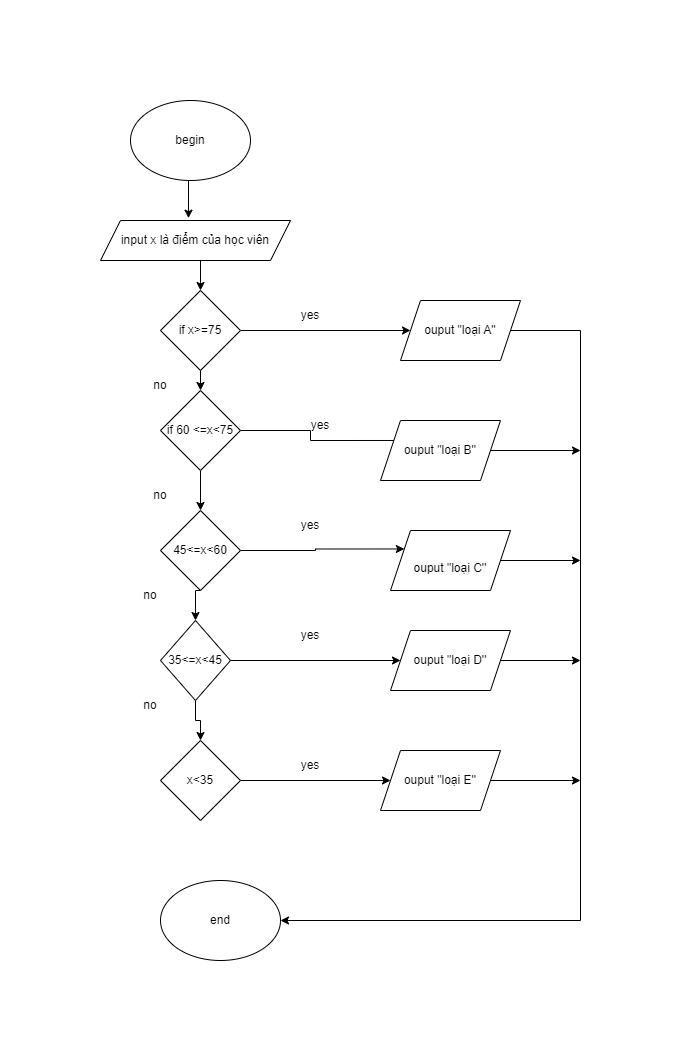
Earlier version of the draw.io export Mô tả thuật toán có cấu trúc điều kiện/flowchar.png (vovantin2002/C0123G1-V-V-n-T-n). Source tidied: cells renumbered, new cells last; positions are measured from the earlier drawing's top-left corner, leaving out a move shared by most shapes. The source it was exported from:
```xml
<mxGraphModel>
  <root>
    <mxCell id="0" />
    <mxCell id="1" parent="0" />
    <mxCell id="2" style="edgeStyle=orthogonalEdgeStyle;rounded=0;jettySize=auto;html=1;exitX=0.5;exitY=1;exitDx=0;exitDy=0;entryX=0.463;entryY=-0.058;entryDx=0;entryDy=0;entryPerimeter=0;" parent="1" edge="1" source="3" target="5">
      <mxGeometry relative="1" as="geometry" />
    </mxCell>
    <mxCell id="3" value="begin" style="ellipse;whiteSpace=wrap;html=1;" parent="1" vertex="1">
      <mxGeometry x="30" width="120" height="80" as="geometry" />
    </mxCell>
    <mxCell id="4" style="edgeStyle=orthogonalEdgeStyle;rounded=0;jettySize=auto;html=1;exitX=0.5;exitY=1;exitDx=0;exitDy=0;entryX=0.5;entryY=0;entryDx=0;entryDy=0;" parent="1" edge="1" source="5" target="8">
      <mxGeometry relative="1" as="geometry" />
    </mxCell>
    <mxCell id="5" value="input x là điểm của học viên" style="shape=parallelogram;perimeter=parallelogramPerimeter;whiteSpace=wrap;html=1;fixedSize=1;" parent="1" vertex="1">
      <mxGeometry y="120" width="190" height="40" as="geometry" />
    </mxCell>
    <mxCell id="6" style="edgeStyle=orthogonalEdgeStyle;rounded=0;jettySize=auto;html=1;exitX=0.5;exitY=1;exitDx=0;exitDy=0;entryX=0.5;entryY=0;entryDx=0;entryDy=0;" parent="1" edge="1" source="8" target="19">
      <mxGeometry relative="1" as="geometry" />
    </mxCell>
    <mxCell id="7" style="edgeStyle=orthogonalEdgeStyle;rounded=0;jettySize=auto;html=1;exitX=1;exitY=0.5;exitDx=0;exitDy=0;" parent="1" edge="1" source="8" target="29">
      <mxGeometry relative="1" as="geometry" />
    </mxCell>
    <mxCell id="8" value="if x&amp;gt;=75" style="rhombus;whiteSpace=wrap;html=1;" parent="1" vertex="1">
      <mxGeometry x="60" y="190" width="80" height="80" as="geometry" />
    </mxCell>
    <mxCell id="9" style="edgeStyle=orthogonalEdgeStyle;rounded=0;jettySize=auto;html=1;exitX=1;exitY=0.5;exitDx=0;exitDy=0;" parent="1" edge="1" source="10" target="21">
      <mxGeometry relative="1" as="geometry" />
    </mxCell>
    <mxCell id="10" value="x&amp;lt;35" style="rhombus;whiteSpace=wrap;html=1;" parent="1" vertex="1">
      <mxGeometry x="60" y="640" width="80" height="80" as="geometry" />
    </mxCell>
    <mxCell id="11" style="edgeStyle=orthogonalEdgeStyle;rounded=0;jettySize=auto;html=1;exitX=0.5;exitY=1;exitDx=0;exitDy=0;entryX=0.5;entryY=0;entryDx=0;entryDy=0;" parent="1" edge="1" source="13" target="10">
      <mxGeometry relative="1" as="geometry" />
    </mxCell>
    <mxCell id="12" style="edgeStyle=orthogonalEdgeStyle;rounded=0;jettySize=auto;html=1;exitX=1;exitY=0.5;exitDx=0;exitDy=0;" parent="1" edge="1" source="13" target="23">
      <mxGeometry relative="1" as="geometry" />
    </mxCell>
    <mxCell id="13" value="35&amp;lt;=x&amp;lt;45" style="rhombus;whiteSpace=wrap;html=1;" parent="1" vertex="1">
      <mxGeometry x="60" y="520" width="70" height="80" as="geometry" />
    </mxCell>
    <mxCell id="14" style="edgeStyle=orthogonalEdgeStyle;rounded=0;jettySize=auto;html=1;exitX=0.5;exitY=1;exitDx=0;exitDy=0;entryX=0.5;entryY=0;entryDx=0;entryDy=0;" parent="1" edge="1" source="16" target="13">
      <mxGeometry relative="1" as="geometry" />
    </mxCell>
    <mxCell id="15" style="edgeStyle=orthogonalEdgeStyle;rounded=0;jettySize=auto;html=1;exitX=1;exitY=0.5;exitDx=0;exitDy=0;entryX=0;entryY=0.25;entryDx=0;entryDy=0;" parent="1" edge="1" source="16" target="25">
      <mxGeometry relative="1" as="geometry" />
    </mxCell>
    <mxCell id="16" value="45&amp;lt;=x&amp;lt;60" style="rhombus;whiteSpace=wrap;html=1;" parent="1" vertex="1">
      <mxGeometry x="60" y="410" width="80" height="80" as="geometry" />
    </mxCell>
    <mxCell id="17" style="edgeStyle=orthogonalEdgeStyle;rounded=0;jettySize=auto;html=1;exitX=0.5;exitY=1;exitDx=0;exitDy=0;entryX=0.5;entryY=0;entryDx=0;entryDy=0;" parent="1" edge="1" source="19" target="16">
      <mxGeometry relative="1" as="geometry" />
    </mxCell>
    <mxCell id="18" style="edgeStyle=orthogonalEdgeStyle;rounded=0;jettySize=auto;html=1;exitX=1;exitY=0.5;exitDx=0;exitDy=0;entryX=0.25;entryY=0.333;entryDx=0;entryDy=0;entryPerimeter=0;" parent="1" edge="1" source="19" target="27">
      <mxGeometry relative="1" as="geometry" />
    </mxCell>
    <mxCell id="19" value="if 60 &amp;lt;=x&amp;lt;75" style="rhombus;whiteSpace=wrap;html=1;" parent="1" vertex="1">
      <mxGeometry x="60" y="290" width="80" height="80" as="geometry" />
    </mxCell>
    <mxCell id="20" style="edgeStyle=orthogonalEdgeStyle;rounded=0;jettySize=auto;html=1;exitX=1;exitY=0.5;exitDx=0;exitDy=0;" parent="1" edge="1" source="21">
      <mxGeometry relative="1" as="geometry">
        <mxPoint x="480" y="680" as="targetPoint" />
      </mxGeometry>
    </mxCell>
    <mxCell id="21" value="ouput &quot;loại E''" style="shape=parallelogram;perimeter=parallelogramPerimeter;whiteSpace=wrap;html=1;fixedSize=1;" parent="1" vertex="1">
      <mxGeometry x="280" y="650" width="120" height="60" as="geometry" />
    </mxCell>
    <mxCell id="22" style="edgeStyle=orthogonalEdgeStyle;rounded=0;jettySize=auto;html=1;exitX=1;exitY=0.5;exitDx=0;exitDy=0;" parent="1" edge="1" source="23">
      <mxGeometry relative="1" as="geometry">
        <mxPoint x="480" y="560" as="targetPoint" />
      </mxGeometry>
    </mxCell>
    <mxCell id="23" value="ouput &quot;loại D''" style="shape=parallelogram;perimeter=parallelogramPerimeter;whiteSpace=wrap;html=1;fixedSize=1;" parent="1" vertex="1">
      <mxGeometry x="290" y="530" width="120" height="60" as="geometry" />
    </mxCell>
    <mxCell id="24" style="edgeStyle=orthogonalEdgeStyle;rounded=0;jettySize=auto;html=1;exitX=1;exitY=0.5;exitDx=0;exitDy=0;" parent="1" edge="1" source="25">
      <mxGeometry relative="1" as="geometry">
        <mxPoint x="480" y="460" as="targetPoint" />
      </mxGeometry>
    </mxCell>
    <mxCell id="25" value="&lt;br&gt;&lt;span style=&quot;color: rgb(0, 0, 0); font-family: Helvetica; font-size: 12px; font-style: normal; font-variant-ligatures: normal; font-variant-caps: normal; font-weight: 400; letter-spacing: normal; orphans: 2; text-align: center; text-indent: 0px; text-transform: none; widows: 2; word-spacing: 0px; -webkit-text-stroke-width: 0px; background-color: rgb(251, 251, 251); text-decoration-thickness: initial; text-decoration-style: initial; text-decoration-color: initial; float: none; display: inline !important;&quot;&gt;ouput &quot;loại C''&lt;/span&gt;&lt;br&gt;" style="shape=parallelogram;perimeter=parallelogramPerimeter;whiteSpace=wrap;html=1;fixedSize=1;" parent="1" vertex="1">
      <mxGeometry x="290" y="430" width="120" height="60" as="geometry" />
    </mxCell>
    <mxCell id="26" style="edgeStyle=orthogonalEdgeStyle;rounded=0;jettySize=auto;html=1;exitX=1;exitY=0.5;exitDx=0;exitDy=0;" parent="1" edge="1" source="27">
      <mxGeometry relative="1" as="geometry">
        <mxPoint x="480" y="350" as="targetPoint" />
      </mxGeometry>
    </mxCell>
    <mxCell id="27" value="ouput &quot;loại B''" style="shape=parallelogram;perimeter=parallelogramPerimeter;whiteSpace=wrap;html=1;fixedSize=1;" parent="1" vertex="1">
      <mxGeometry x="280" y="320" width="120" height="60" as="geometry" />
    </mxCell>
    <mxCell id="28" style="edgeStyle=orthogonalEdgeStyle;rounded=0;jettySize=auto;html=1;exitX=1;exitY=0.5;exitDx=0;exitDy=0;" parent="1" edge="1" source="29" target="39">
      <mxGeometry relative="1" as="geometry">
        <Array as="points">
          <mxPoint x="480" y="230" />
        </Array>
      </mxGeometry>
    </mxCell>
    <mxCell id="29" value="ouput &quot;loại A''" style="shape=parallelogram;perimeter=parallelogramPerimeter;whiteSpace=wrap;html=1;fixedSize=1;" parent="1" vertex="1">
      <mxGeometry x="300" y="200" width="120" height="60" as="geometry" />
    </mxCell>
    <mxCell id="30" value="yes" style="text;html=1;strokeColor=none;fillColor=none;align=center;verticalAlign=middle;whiteSpace=wrap;rounded=0;" parent="1" vertex="1">
      <mxGeometry x="180" y="650" width="60" height="30" as="geometry" />
    </mxCell>
    <mxCell id="31" value="yes" style="text;html=1;strokeColor=none;fillColor=none;align=center;verticalAlign=middle;whiteSpace=wrap;rounded=0;" parent="1" vertex="1">
      <mxGeometry x="180" y="520" width="60" height="30" as="geometry" />
    </mxCell>
    <mxCell id="32" value="yes" style="text;html=1;strokeColor=none;fillColor=none;align=center;verticalAlign=middle;whiteSpace=wrap;rounded=0;" parent="1" vertex="1">
      <mxGeometry x="180" y="410" width="60" height="30" as="geometry" />
    </mxCell>
    <mxCell id="33" value="yes" style="text;html=1;strokeColor=none;fillColor=none;align=center;verticalAlign=middle;whiteSpace=wrap;rounded=0;" parent="1" vertex="1">
      <mxGeometry x="190" y="310" width="60" height="30" as="geometry" />
    </mxCell>
    <mxCell id="34" value="yes" style="text;html=1;strokeColor=none;fillColor=none;align=center;verticalAlign=middle;whiteSpace=wrap;rounded=0;" parent="1" vertex="1">
      <mxGeometry x="180" y="200" width="60" height="30" as="geometry" />
    </mxCell>
    <mxCell id="35" value="no" style="text;html=1;strokeColor=none;fillColor=none;align=center;verticalAlign=middle;whiteSpace=wrap;rounded=0;" parent="1" vertex="1">
      <mxGeometry x="20" y="590" width="60" height="30" as="geometry" />
    </mxCell>
    <mxCell id="36" value="no" style="text;html=1;strokeColor=none;fillColor=none;align=center;verticalAlign=middle;whiteSpace=wrap;rounded=0;" parent="1" vertex="1">
      <mxGeometry x="20" y="480" width="60" height="30" as="geometry" />
    </mxCell>
    <mxCell id="37" value="no" style="text;html=1;strokeColor=none;fillColor=none;align=center;verticalAlign=middle;whiteSpace=wrap;rounded=0;" parent="1" vertex="1">
      <mxGeometry x="30" y="380" width="60" height="30" as="geometry" />
    </mxCell>
    <mxCell id="38" value="no" style="text;html=1;strokeColor=none;fillColor=none;align=center;verticalAlign=middle;whiteSpace=wrap;rounded=0;" parent="1" vertex="1">
      <mxGeometry x="30" y="270" width="60" height="30" as="geometry" />
    </mxCell>
    <mxCell id="39" value="end" style="ellipse;whiteSpace=wrap;html=1;" parent="1" vertex="1">
      <mxGeometry x="60" y="780" width="120" height="80" as="geometry" />
    </mxCell>
  </root>
</mxGraphModel>
```
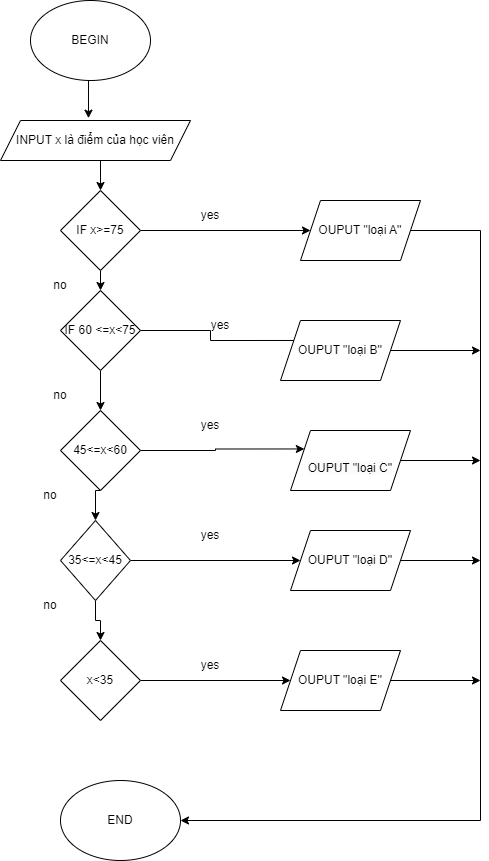
Above is the later version.

What changed in the source:
```diff
@@ -5,13 +5,13 @@
     <mxCell id="2" style="edgeStyle=orthogonalEdgeStyle;rounded=0;jettySize=auto;html=1;exitX=0.5;exitY=1;exitDx=0;exitDy=0;entryX=0.463;entryY=-0.058;entryDx=0;entryDy=0;entryPerimeter=0;" parent="1" edge="1" source="3" target="5">
       <mxGeometry relative="1" as="geometry" />
     </mxCell>
-    <mxCell id="3" value="begin" style="ellipse;whiteSpace=wrap;html=1;" parent="1" vertex="1">
+    <mxCell id="3" value="BEGIN" style="ellipse;whiteSpace=wrap;html=1;" parent="1" vertex="1">
       <mxGeometry x="30" width="120" height="80" as="geometry" />
     </mxCell>
     <mxCell id="4" style="edgeStyle=orthogonalEdgeStyle;rounded=0;jettySize=auto;html=1;exitX=0.5;exitY=1;exitDx=0;exitDy=0;entryX=0.5;entryY=0;entryDx=0;entryDy=0;" parent="1" edge="1" source="5" target="8">
       <mxGeometry relative="1" as="geometry" />
     </mxCell>
-    <mxCell id="5" value="input x là điểm của học viên" style="shape=parallelogram;perimeter=parallelogramPerimeter;whiteSpace=wrap;html=1;fixedSize=1;" parent="1" vertex="1">
+    <mxCell id="5" value="INPUT x là điểm của học viên" style="shape=parallelogram;perimeter=parallelogramPerimeter;whiteSpace=wrap;html=1;fixedSize=1;" parent="1" vertex="1">
       <mxGeometry y="120" width="190" height="40" as="geometry" />
     </mxCell>
     <mxCell id="6" style="edgeStyle=orthogonalEdgeStyle;rounded=0;jettySize=auto;html=1;exitX=0.5;exitY=1;exitDx=0;exitDy=0;entryX=0.5;entryY=0;entryDx=0;entryDy=0;" parent="1" edge="1" source="8" target="19">
@@ -20,7 +20,7 @@
     <mxCell id="7" style="edgeStyle=orthogonalEdgeStyle;rounded=0;jettySize=auto;html=1;exitX=1;exitY=0.5;exitDx=0;exitDy=0;" parent="1" edge="1" source="8" target="29">
       <mxGeometry relative="1" as="geometry" />
     </mxCell>
-    <mxCell id="8" value="if x&amp;gt;=75" style="rhombus;whiteSpace=wrap;html=1;" parent="1" vertex="1">
+    <mxCell id="8" value="IF x&amp;gt;=75" style="rhombus;whiteSpace=wrap;html=1;" parent="1" vertex="1">
       <mxGeometry x="60" y="190" width="80" height="80" as="geometry" />
     </mxCell>
     <mxCell id="9" style="edgeStyle=orthogonalEdgeStyle;rounded=0;jettySize=auto;html=1;exitX=1;exitY=0.5;exitDx=0;exitDy=0;" parent="1" edge="1" source="10" target="21">
@@ -53,7 +53,7 @@
     <mxCell id="18" style="edgeStyle=orthogonalEdgeStyle;rounded=0;jettySize=auto;html=1;exitX=1;exitY=0.5;exitDx=0;exitDy=0;entryX=0.25;entryY=0.333;entryDx=0;entryDy=0;entryPerimeter=0;" parent="1" edge="1" source="19" target="27">
       <mxGeometry relative="1" as="geometry" />
     </mxCell>
-    <mxCell id="19" value="if 60 &amp;lt;=x&amp;lt;75" style="rhombus;whiteSpace=wrap;html=1;" parent="1" vertex="1">
+    <mxCell id="19" value="IF 60 &amp;lt;=x&amp;lt;75" style="rhombus;whiteSpace=wrap;html=1;" parent="1" vertex="1">
       <mxGeometry x="60" y="290" width="80" height="80" as="geometry" />
     </mxCell>
     <mxCell id="20" style="edgeStyle=orthogonalEdgeStyle;rounded=0;jettySize=auto;html=1;exitX=1;exitY=0.5;exitDx=0;exitDy=0;" parent="1" edge="1" source="21">
@@ -61,7 +61,7 @@
         <mxPoint x="480" y="680" as="targetPoint" />
       </mxGeometry>
     </mxCell>
-    <mxCell id="21" value="ouput &quot;loại E''" style="shape=parallelogram;perimeter=parallelogramPerimeter;whiteSpace=wrap;html=1;fixedSize=1;" parent="1" vertex="1">
+    <mxCell id="21" value="OUPUT &quot;loại E''" style="shape=parallelogram;perimeter=parallelogramPerimeter;whiteSpace=wrap;html=1;fixedSize=1;" parent="1" vertex="1">
       <mxGeometry x="280" y="650" width="120" height="60" as="geometry" />
     </mxCell>
     <mxCell id="22" style="edgeStyle=orthogonalEdgeStyle;rounded=0;jettySize=auto;html=1;exitX=1;exitY=0.5;exitDx=0;exitDy=0;" parent="1" edge="1" source="23">
@@ -69,7 +69,7 @@
         <mxPoint x="480" y="560" as="targetPoint" />
       </mxGeometry>
     </mxCell>
-    <mxCell id="23" value="ouput &quot;loại D''" style="shape=parallelogram;perimeter=parallelogramPerimeter;whiteSpace=wrap;html=1;fixedSize=1;" parent="1" vertex="1">
+    <mxCell id="23" value="OUPUT &quot;loại D''" style="shape=parallelogram;perimeter=parallelogramPerimeter;whiteSpace=wrap;html=1;fixedSize=1;" parent="1" vertex="1">
       <mxGeometry x="290" y="530" width="120" height="60" as="geometry" />
     </mxCell>
     <mxCell id="24" style="edgeStyle=orthogonalEdgeStyle;rounded=0;jettySize=auto;html=1;exitX=1;exitY=0.5;exitDx=0;exitDy=0;" parent="1" edge="1" source="25">
@@ -77,7 +77,7 @@
         <mxPoint x="480" y="460" as="targetPoint" />
       </mxGeometry>
     </mxCell>
-    <mxCell id="25" value="&lt;br&gt;&lt;span style=&quot;color: rgb(0, 0, 0); font-family: Helvetica; font-size: 12px; font-style: normal; font-variant-ligatures: normal; font-variant-caps: normal; font-weight: 400; letter-spacing: normal; orphans: 2; text-align: center; text-indent: 0px; text-transform: none; widows: 2; word-spacing: 0px; -webkit-text-stroke-width: 0px; background-color: rgb(251, 251, 251); text-decoration-thickness: initial; text-decoration-style: initial; text-decoration-color: initial; float: none; display: inline !important;&quot;&gt;ouput &quot;loại C''&lt;/span&gt;&lt;br&gt;" style="shape=parallelogram;perimeter=parallelogramPerimeter;whiteSpace=wrap;html=1;fixedSize=1;" parent="1" vertex="1">
+    <mxCell id="25" value="&lt;br&gt;&lt;span style=&quot;color: rgb(0, 0, 0); font-family: Helvetica; font-size: 12px; font-style: normal; font-variant-ligatures: normal; font-variant-caps: normal; font-weight: 400; letter-spacing: normal; orphans: 2; text-align: center; text-indent: 0px; text-transform: none; widows: 2; word-spacing: 0px; -webkit-text-stroke-width: 0px; background-color: rgb(251, 251, 251); text-decoration-thickness: initial; text-decoration-style: initial; text-decoration-color: initial; float: none; display: inline !important;&quot;&gt;OUPUT &quot;loại C''&lt;/span&gt;" style="shape=parallelogram;perimeter=parallelogramPerimeter;whiteSpace=wrap;html=1;fixedSize=1;" parent="1" vertex="1">
       <mxGeometry x="290" y="430" width="120" height="60" as="geometry" />
     </mxCell>
     <mxCell id="26" style="edgeStyle=orthogonalEdgeStyle;rounded=0;jettySize=auto;html=1;exitX=1;exitY=0.5;exitDx=0;exitDy=0;" parent="1" edge="1" source="27">
@@ -85,7 +85,7 @@
         <mxPoint x="480" y="350" as="targetPoint" />
       </mxGeometry>
     </mxCell>
-    <mxCell id="27" value="ouput &quot;loại B''" style="shape=parallelogram;perimeter=parallelogramPerimeter;whiteSpace=wrap;html=1;fixedSize=1;" parent="1" vertex="1">
+    <mxCell id="27" value="OUPUT &quot;loại B''" style="shape=parallelogram;perimeter=parallelogramPerimeter;whiteSpace=wrap;html=1;fixedSize=1;" parent="1" vertex="1">
       <mxGeometry x="280" y="320" width="120" height="60" as="geometry" />
     </mxCell>
     <mxCell id="28" style="edgeStyle=orthogonalEdgeStyle;rounded=0;jettySize=auto;html=1;exitX=1;exitY=0.5;exitDx=0;exitDy=0;" parent="1" edge="1" source="29" target="39">
@@ -95,7 +95,7 @@
         </Array>
       </mxGeometry>
     </mxCell>
-    <mxCell id="29" value="ouput &quot;loại A''" style="shape=parallelogram;perimeter=parallelogramPerimeter;whiteSpace=wrap;html=1;fixedSize=1;" parent="1" vertex="1">
+    <mxCell id="29" value="OUPUT &quot;loại A''" style="shape=parallelogram;perimeter=parallelogramPerimeter;whiteSpace=wrap;html=1;fixedSize=1;" parent="1" vertex="1">
       <mxGeometry x="300" y="200" width="120" height="60" as="geometry" />
     </mxCell>
     <mxCell id="30" value="yes" style="text;html=1;strokeColor=none;fillColor=none;align=center;verticalAlign=middle;whiteSpace=wrap;rounded=0;" parent="1" vertex="1">
@@ -125,7 +125,7 @@
     <mxCell id="38" value="no" style="text;html=1;strokeColor=none;fillColor=none;align=center;verticalAlign=middle;whiteSpace=wrap;rounded=0;" parent="1" vertex="1">
       <mxGeometry x="30" y="270" width="60" height="30" as="geometry" />
     </mxCell>
-    <mxCell id="39" value="end" style="ellipse;whiteSpace=wrap;html=1;" parent="1" vertex="1">
+    <mxCell id="39" value="END" style="ellipse;whiteSpace=wrap;html=1;" parent="1" vertex="1">
       <mxGeometry x="60" y="780" width="120" height="80" as="geometry" />
     </mxCell>
   </root>
```
